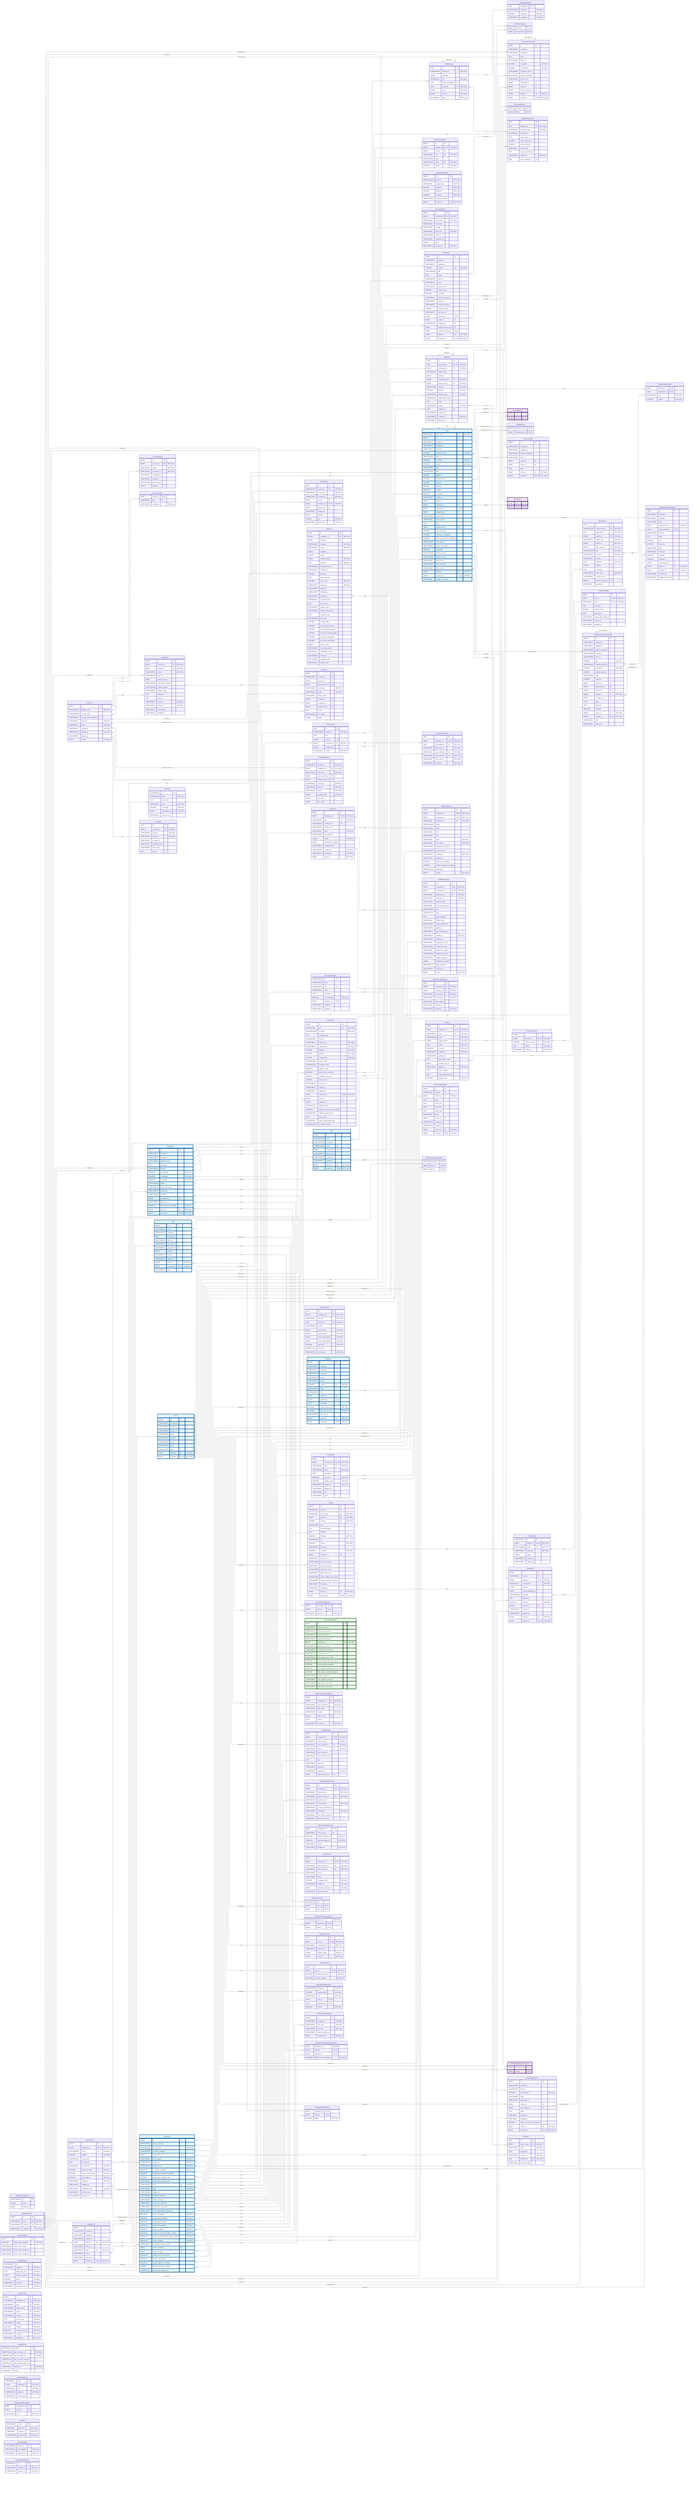
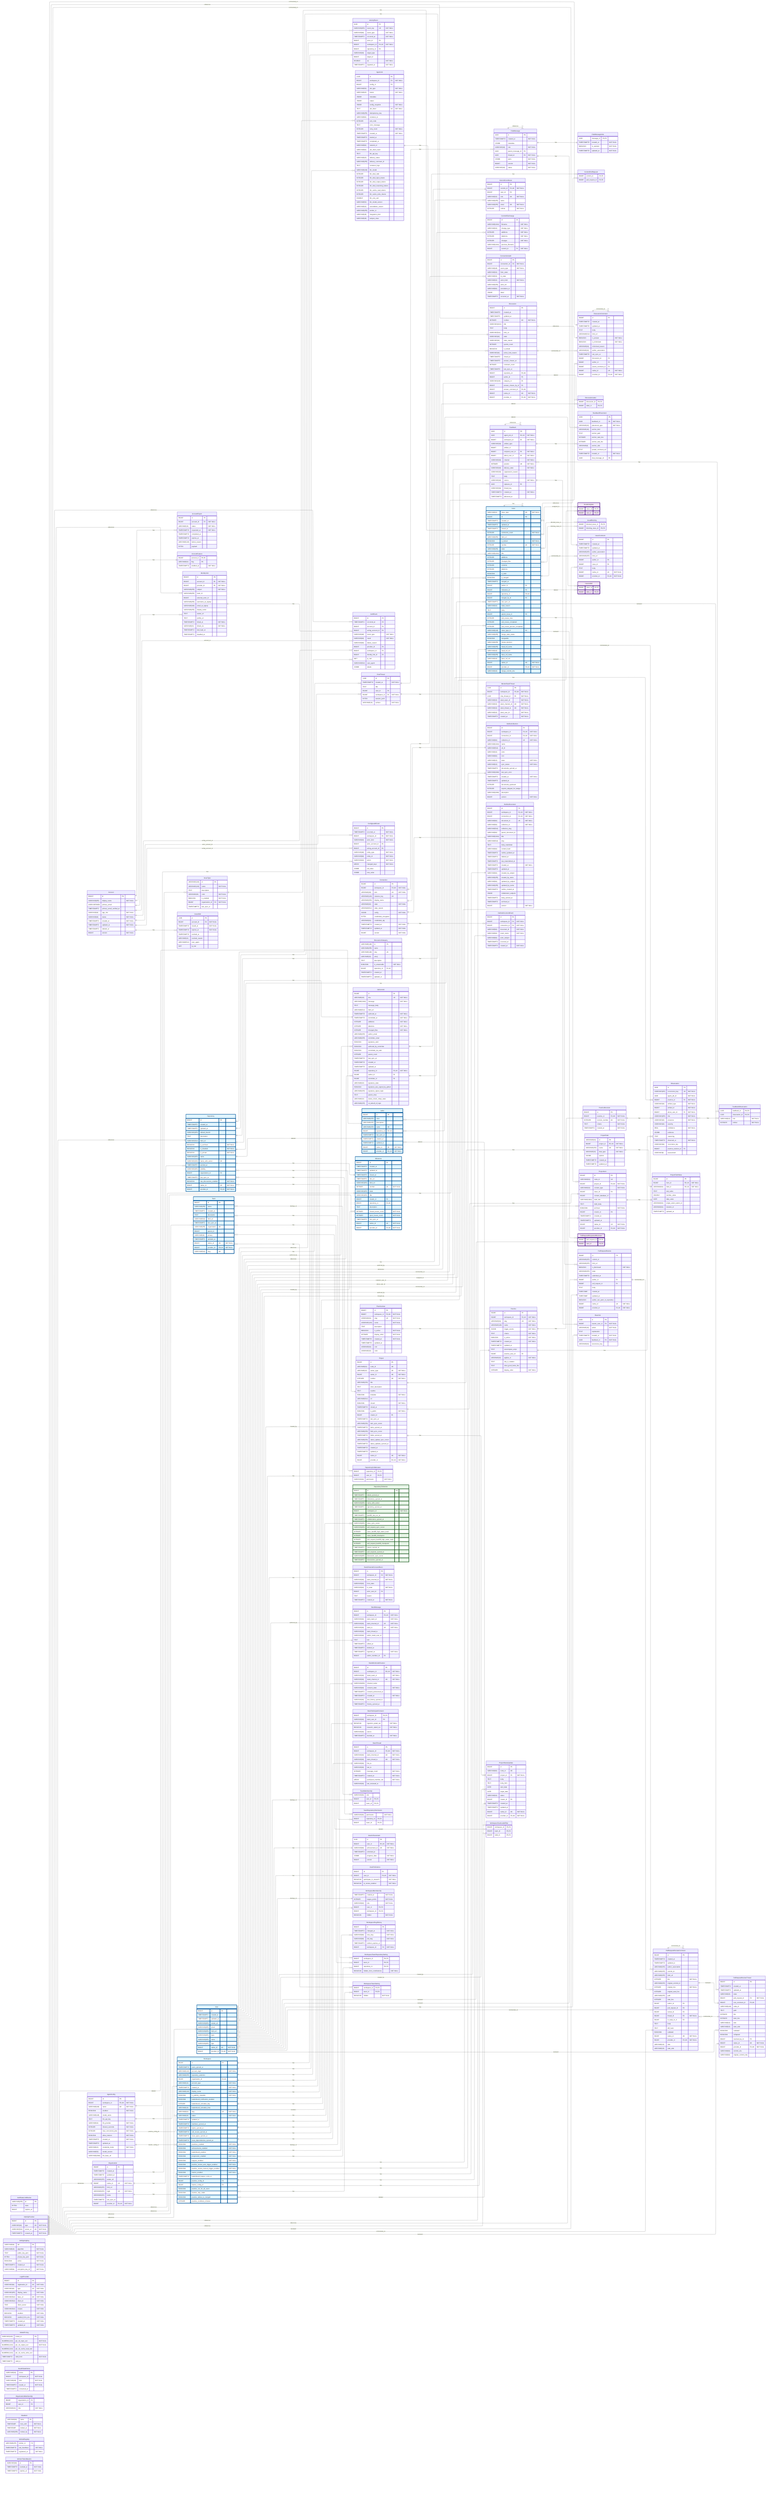
---
config:
    layout: elk
---
erDiagram
    %% Generated automatically from PostgreSQL database schema
    %% using scripts/generate-mermaid-erd.ts
    %% To regenerate: pnpm run db:generate-erd-docs

    direction LR

    Account {
        BIGINT id PK
        VARCHAR(255) display_name "NOT NULL"
        USER-DEFINED primary_email
        TIMESTAMPTZ primary_email_verified_at
        VARCHAR(16) app_role "NOT NULL"
        VARCHAR(16) status "NOT NULL"
        TIMESTAMPTZ created_at "NOT NULL"
        TIMESTAMPTZ updated_at "NOT NULL"
        TIMESTAMPTZ deleted_at
        BIGINT version "NOT NULL"
    }

    AccountExport {
        BIGINT id PK
        BIGINT account_id FK "NOT NULL"
        VARCHAR(16) status "NOT NULL"
        TIMESTAMPTZ requested_at "NOT NULL"
        TIMESTAMPTZ completed_at
        TIMESTAMPTZ expires_at
        VARCHAR(128) failure_reason
        BYTEA payload
    }

    AccountFeature {
        BIGINT account_id PK,FK
        VARCHAR(64) flag PK
        TIMESTAMPTZ enabled_at "NOT NULL"
    }

    ActivityEvent {
        UUID id PK
        VARCHAR(255) event_key UK "NOT NULL"
        VARCHAR(64) event_type "NOT NULL"
        TIMESTAMPTZ occurred_at "NOT NULL"
        BIGINT actor_id FK
        BIGINT workspace_id FK,UK "NOT NULL"
        BIGINT repository_id FK
        VARCHAR(32) target_type
        BIGINT target_id
        DOUBLE xp "NOT NULL"
        TIMESTAMPTZ ingested_at "NOT NULL"
    }

    AgentConfig {
        BIGINT id PK
        BIGINT workspace_id FK,UK "NOT NULL"
        VARCHAR(100) name UK "NOT NULL"
        BOOLEAN enabled "NOT NULL"
        VARCHAR(128) model_name
        TEXT llm_api_key
        VARCHAR(32) llm_provider "NOT NULL"
        INTEGER timeout_seconds "NOT NULL"
        INTEGER max_concurrent_jobs "NOT NULL"
        BOOLEAN allow_internet "NOT NULL"
        TIMESTAMPTZ created_at "NOT NULL"
        TIMESTAMPTZ updated_at
        VARCHAR(16) credential_mode "NOT NULL"
        VARCHAR(50) model_version
        VARCHAR(2048) llm_base_url
    }

    AgentJob {
        UUID id PK
        BIGINT workspace_id FK "NOT NULL"
        BIGINT config_id FK
        VARCHAR(50) job_type "NOT NULL"
        VARCHAR(20) status "NOT NULL"
        JSONB metadata
        JSONB output
        JSONB config_snapshot "NOT NULL"
        TEXT job_token UK "NOT NULL"
        VARCHAR(255) idempotency_key
        VARCHAR(64) container_id
        INTEGER exit_code
        TEXT error_message
        INTEGER retry_count "NOT NULL"
        TIMESTAMPTZ created_at "NOT NULL"
        TIMESTAMPTZ started_at
        TIMESTAMPTZ completed_at
        VARCHAR(64) network_id
        VARCHAR(64) job_token_hash
        TEXT llm_api_key
        VARCHAR(20) delivery_status
        VARCHAR(255) delivery_comment_id
        TEXT container_logs
        VARCHAR(100) llm_model
        INTEGER llm_total_calls
        INTEGER llm_total_input_tokens
        INTEGER llm_total_output_tokens
        INTEGER llm_total_reasoning_tokens
        INTEGER llm_cache_read_tokens
        INTEGER llm_cache_write_tokens
        DOUBLE llm_cost_usd
        VARCHAR(50) llm_model_version
        VARCHAR(32) cancellation_reason
        VARCHAR(255) worker_id
        VARCHAR(48) integration_kind
        VARCHAR(48) subject_class
    }

    AuthEvent {
        BIGINT id PK
        TIMESTAMPTZ occurred_at PK
        BIGINT account_id FK
        BIGINT acting_account_id FK
        VARCHAR(48) event_type "NOT NULL"
        VARCHAR(16) result "NOT NULL"
        VARCHAR(64) failure_reason
        BIGINT provider_id FK
        BIGINT workspace_id FK
        BIGINT identity_link_id FK
        INET ip_inet
        VARCHAR(512) user_agent
        JSONB details
    }

    AuthRateLimitBucket {
        VARCHAR(255) id PK
        BYTEA state
        BIGINT expires_at
    }

    ChatMessage {
        UUID id PK
        TIMESTAMPTZ created_at "NOT NULL"
        JSONB metadata
        VARCHAR(16) role "NOT NULL"
        UUID parent_message_id FK
        UUID thread_id FK "NOT NULL"
        JSONB parts "NOT NULL"
        BIGINT version "NOT NULL"
        VARCHAR(16) status "NOT NULL"
    }

    ChatMessageVote {
        UUID message_id PK,FK
        TIMESTAMPTZ created_at "NOT NULL"
        BOOLEAN is_upvoted "NOT NULL"
        TIMESTAMPTZ updated_at "NOT NULL"
    }

    ChatThread {
        UUID id PK
        TIMESTAMPTZ created_at "NOT NULL"
        TEXT title
        BIGINT user_id FK
        BIGINT workspace_id FK "NOT NULL"
        BYTEA session_jsonl
        VARCHAR(16) surface "NOT NULL"
    }

    CommitContributor {
        BIGINT id PK
        BIGINT commit_id FK,UK "NOT NULL"
        BIGINT user_id FK
        VARCHAR(32) role UK "NOT NULL"
        VARCHAR(255) name
        VARCHAR(255) email UK "NOT NULL"
        INTEGER ordinal "NOT NULL"
    }

    CommitFileChange {
        BIGINT id PK
        VARCHAR(1024) filename "NOT NULL"
        VARCHAR(32) change_type "NOT NULL"
        INTEGER additions "NOT NULL"
        INTEGER deletions "NOT NULL"
        INTEGER changes "NOT NULL"
        VARCHAR(1024) previous_filename
        BIGINT commit_id FK "NOT NULL"
    }

    CommitPullRequest {
        BIGINT commit_id PK,FK
        BIGINT pull_request_id PK,FK
    }

    ConfigAuditEvent {
        BIGINT id PK
        TIMESTAMPTZ occurred_at "NOT NULL"
        BIGINT workspace_id FK "NOT NULL"
        VARCHAR(16) actor_kind "NOT NULL"
        BIGINT actor_account_id FK
        BIGINT acting_account_id FK
        VARCHAR(48) entity_type "NOT NULL"
        VARCHAR(64) entity_id "NOT NULL"
        VARCHAR(16) action "NOT NULL"
        ARRAY changed_keys "NOT NULL"
        JSONB old_value
        JSONB new_value
    }

    Connection {
        BIGINT id PK
        BIGINT workspace_id FK,UK "NOT NULL"
        VARCHAR(48) kind UK "NOT NULL"
        VARCHAR(128) instance_key UK
        VARCHAR(256) display_name
        VARCHAR(32) state "NOT NULL"
        VARCHAR(512) state_reason
        JSONB config "NOT NULL"
        BYTEA credentials_encrypted
        VARCHAR(64) credentials_alg
        TIMESTAMPTZ created_at "NOT NULL"
        TIMESTAMPTZ updated_at "NOT NULL"
        BIGINT version "NOT NULL"
    }

    ConnectionAudit {
        BIGINT id PK
        BIGINT connection_id FK "NOT NULL"
        VARCHAR(48) event_type "NOT NULL"
        VARCHAR(32) from_state
        VARCHAR(32) to_state
        VARCHAR(32) actor_kind "NOT NULL"
        VARCHAR(256) actor_ref
        VARCHAR(64) correlation_id
        JSONB detail
        TIMESTAMPTZ occurred_at "NOT NULL"
    }

    Discussion {
        BIGINT id PK
        TIMESTAMPTZ created_at
        TIMESTAMPTZ updated_at
        INTEGER number UK "NOT NULL"
        VARCHAR(1024) title
        TEXT body
        VARCHAR(512) html_url
        VARCHAR(16) state
        VARCHAR(32) state_reason
        INTEGER upvote_count
        BOOLEAN is_locked
        VARCHAR(32) active_lock_reason
        TIMESTAMPTZ closed_at
        TIMESTAMPTZ answer_chosen_at
        INTEGER comment_count
        TIMESTAMPTZ last_sync_at
        BIGINT repository_id FK,UK
        BIGINT author_id FK
        VARCHAR(128) category_id FK
        BIGINT answer_chosen_by_id FK
        BIGINT answer_comment_id FK,UK
        BIGINT native_id UK "NOT NULL"
        BIGINT provider_id FK,UK "NOT NULL"
    }

    DiscussionCategory {
        VARCHAR(128) id PK
        VARCHAR(255) name
        VARCHAR(128) slug UK
        VARCHAR(32) emoji
        TEXT description
        BOOLEAN is_answerable "NOT NULL"
        BIGINT repository_id FK,UK
        TIMESTAMPTZ created_at
        TIMESTAMPTZ updated_at
    }

    DiscussionComment {
        BIGINT id PK
        TIMESTAMPTZ created_at
        TIMESTAMPTZ updated_at
        TEXT body
        VARCHAR(512) html_url
        BOOLEAN is_answer "NOT NULL"
        BOOLEAN is_minimized "NOT NULL"
        VARCHAR(64) minimized_reason
        VARCHAR(32) author_association
        TIMESTAMPTZ last_sync_at
        BIGINT discussion_id FK
        BIGINT author_id FK
        BIGINT parent_comment_id FK
        BIGINT native_id UK "NOT NULL"
        BIGINT provider_id FK,UK "NOT NULL"
    }

    DiscussionLabel {
        BIGINT discussion_id PK,FK
        BIGINT label_id PK,FK
    }

    Feedback {
        UUID id PK
        UUID agent_job_id FK,UK "NOT NULL"
        BIGINT workspace_id FK "NOT NULL"
        VARCHAR(32) artifact_type
        BIGINT artifact_id
        BIGINT recipient_user_id FK "NOT NULL"
        BIGINT about_user_id FK "NOT NULL"
        VARCHAR(32) channel "NOT NULL"
        INTEGER position UK "NOT NULL"
        VARCHAR(16) delivery_state "NOT NULL"
        VARCHAR(32) suppression_reason
        TEXT body
        VARCHAR(16) source "NOT NULL"
        UUID replaces_id FK
        VARCHAR(64) thread_key
        TIMESTAMPTZ created_at "NOT NULL"
        TIMESTAMPTZ delivered_at
    }

    FeedbackObservation {
        UUID feedback_id PK,FK
        UUID observation_id PK,FK
        VARCHAR(16) role "NOT NULL"
        INTEGER ordinal "NOT NULL"
    }

    FeedbackPlacement {
        UUID id PK
        UUID feedback_id FK "NOT NULL"
        VARCHAR(32) placement_type "NOT NULL"
        VARCHAR(16) anchor_kind
        TEXT anchor_path
        INTEGER anchor_start_line
        INTEGER anchor_end_line
        VARCHAR(8) anchor_side
        TEXT posted_comment_ref
        TIMESTAMPTZ created_at "NOT NULL"
        UUID chat_message_id FK
    }

    GitCommit {
        BIGINT id PK
        VARCHAR(40) sha UK "NOT NULL"
        VARCHAR(1024) message "NOT NULL"
        TEXT message_body
        VARCHAR(512) html_url
        TIMESTAMPTZ authored_at "NOT NULL"
        TIMESTAMPTZ committed_at "NOT NULL"
        INTEGER additions "NOT NULL"
        INTEGER deletions "NOT NULL"
        INTEGER changed_files "NOT NULL"
        VARCHAR(255) author_email
        VARCHAR(255) committer_email
        BOOLEAN signature_valid
        BOOLEAN authored_by_committer
        BOOLEAN committed_via_web
        INTEGER parent_count
        TIMESTAMPTZ last_sync_at
        TIMESTAMPTZ created_at
        TIMESTAMPTZ updated_at
        BIGINT repository_id FK,UK "NOT NULL"
        BIGINT author_id FK
        BIGINT committer_id FK
        VARCHAR(32) signature_state
        BOOLEAN signature_was_signed_by_github
        VARCHAR(255) signature_signer_login
        TEXT parent_shas
        VARCHAR(32) status_check_rollup_state
        VARCHAR(255) on_behalf_of_login
    }

    IdentityLink {
        BIGINT id PK
        BIGINT account_id FK "NOT NULL"
        BIGINT provider_id FK "NOT NULL"
        VARCHAR(255) subject "NOT NULL"
        VARCHAR(255) team_id
        BIGINT external_actor_id
        VARCHAR(255) username_at_signup
        VARCHAR(320) email_at_signup
        VARCHAR(255) display_name
        TEXT avatar_url
        TEXT profile_url
        TIMESTAMPTZ linked_at "NOT NULL"
        VARCHAR(16) linked_via "NOT NULL"
        TIMESTAMPTZ last_login_at
        TIMESTAMPTZ disabled_at
    }

    IdentityProvider {
        BIGINT id PK
        VARCHAR(10) type UK "NOT NULL"
        VARCHAR(512) server_url UK "NOT NULL"
        TIMESTAMPTZ created_at "NOT NULL"
-     }
- 
-     InstanceSetting {
-         BIGINT id PK
-         BOOLEAN silent_mode_engaged "NOT NULL"
-         VARCHAR(500) silent_mode_reason
-         TIMESTAMPTZ silent_mode_changed_at
-         VARCHAR(255) silent_mode_changed_by
    }

    Issue {
        VARCHAR(31) issue_type UK "NOT NULL"
        BIGINT id PK
        TIMESTAMPTZ created_at
        TIMESTAMPTZ updated_at
        TIMESTAMPTZ closed_at
        INTEGER comments_count "NOT NULL"
        VARCHAR(255) html_url
        BOOLEAN is_locked "NOT NULL"
        INTEGER number UK "NOT NULL"
        VARCHAR(255) state
        VARCHAR(1024) title
        INTEGER additions
        INTEGER changed_files
        INTEGER commits
        INTEGER deletions
        BOOLEAN is_draft
        BOOLEAN is_merged
        TIMESTAMPTZ merged_at
        BIGINT author_id FK
        BIGINT milestone_id FK
        BIGINT repository_id FK,UK
        BIGINT merged_by_id FK
        TIMESTAMPTZ last_sync_at
        VARCHAR(32) state_reason
        TEXT body
        BIGINT parent_issue_id FK
        INTEGER sub_issues_total
        INTEGER sub_issues_completed
        INTEGER sub_issues_percent_completed
        VARCHAR(128) issue_type_id FK
        VARCHAR(255) merge_state_status
        BOOLEAN mergeable
        VARCHAR(255) review_decision
        VARCHAR(255) head_ref_name
        VARCHAR(40) head_ref_oid
        VARCHAR(255) base_ref_name
        VARCHAR(40) base_ref_oid
        BIGINT native_id UK "NOT NULL"
        BIGINT provider_id FK,UK "NOT NULL"
        VARCHAR(40) merge_commit_sha
    }

    IssueAssignee {
        BIGINT issue_id PK,FK
        BIGINT user_id PK,FK
    }

    IssueBlocking {
        BIGINT blocked_issue_id PK,FK
        BIGINT blocking_issue_id PK,FK
    }

    IssueComment {
        BIGINT id PK
        TIMESTAMPTZ created_at
        TIMESTAMPTZ updated_at
        VARCHAR(255) author_association
        VARCHAR(255) html_url
        BIGINT author_id FK
        BIGINT issue_id FK
        TEXT body
        BIGINT native_id UK "NOT NULL"
        BIGINT provider_id FK,UK "NOT NULL"
    }

    IssueLabel {
        BIGINT issue_id PK,FK
        BIGINT label_id PK,FK
    }

    IssueType {
        VARCHAR(128) id PK
        VARCHAR(128) name "NOT NULL"
        TEXT description
        VARCHAR(20) color "NOT NULL"
        BOOLEAN is_enabled "NOT NULL"
        BIGINT organization_id FK "NOT NULL"
        TIMESTAMPTZ last_sync_at
    }

    IssuedJwt {
        UUID jti PK
        BIGINT account_id FK "NOT NULL"
        TIMESTAMPTZ issued_at "NOT NULL"
        TIMESTAMPTZ expires_at "NOT NULL"
        TIMESTAMPTZ revoked_at
        VARCHAR(32) revoked_reason
        VARCHAR(512) user_agent
        INET ip_inet
    }

    JwtSigningKey {
        VARCHAR(64) kid PK
        VARCHAR(16) algorithm "NOT NULL"
        TEXT public_key_pem "NOT NULL"
        BYTEA private_key_pem "NOT NULL"
        BOOLEAN active "NOT NULL"
        TIMESTAMPTZ created_at "NOT NULL"
        VARCHAR(64) encryption_key_id "NOT NULL"
    }

    Label {
        BIGINT id PK
        VARCHAR(255) color
        VARCHAR(255) description
        VARCHAR(255) name UK
        BIGINT repository_id FK,UK
        TIMESTAMPTZ last_sync_at
        TIMESTAMPTZ created_at
        TIMESTAMPTZ updated_at
        BIGINT native_id UK "NOT NULL"
        BIGINT provider_id FK,UK "NOT NULL"
    }

-     LlmUsageEvent {
-         UUID id PK
-         BIGINT workspace_id FK "NOT NULL"
-         VARCHAR(40) job_type "NOT NULL"
-         UUID source_id UK "NOT NULL"
-         VARCHAR(128) model
-         BIGINT input_tokens "NOT NULL"
-         BIGINT output_tokens "NOT NULL"
-         BIGINT cache_read_tokens "NOT NULL"
-         BIGINT cache_write_tokens "NOT NULL"
-         INTEGER total_calls "NOT NULL"
-         NUMERIC(12,6) cost_usd
-         TIMESTAMPTZ occurred_at "NOT NULL"
-     }
- 
    LoginProvider {
        BIGINT id PK
        VARCHAR(64) registration_id UK "NOT NULL"
        VARCHAR(10) type UK "NOT NULL"
        VARCHAR(255) display_name "NOT NULL"
        VARCHAR(512) base_url UK "NOT NULL"
        VARCHAR(512) client_id "NOT NULL"
        TEXT client_secret "NOT NULL"
        VARCHAR(512) scopes "NOT NULL"
        BOOLEAN enabled "NOT NULL"
        BOOLEAN seeded_from_env "NOT NULL"
        TIMESTAMPTZ created_at "NOT NULL"
        TIMESTAMPTZ updated_at "NOT NULL"
    }

    MentorSlackThread {
        UUID id PK
        BIGINT workspace_id FK,UK "NOT NULL"
        UUID chat_thread_id FK "NOT NULL"
        VARCHAR(32) slack_team_id "NOT NULL"
        VARCHAR(32) slack_channel_id UK "NOT NULL"
        VARCHAR(32) slack_thread_ts UK "NOT NULL"
        VARCHAR(32) slack_user_id "NOT NULL"
        TIMESTAMPTZ created_at "NOT NULL"
    }

    Milestone {
        BIGINT id PK
        TIMESTAMPTZ created_at
        TIMESTAMPTZ updated_at
        TIMESTAMPTZ closed_at
        TIMESTAMPTZ due_on
        VARCHAR(255) html_url
        INTEGER number UK "NOT NULL"
        VARCHAR(255) state
        VARCHAR(255) title
        BIGINT creator_id FK
        BIGINT repository_id FK,UK
        TEXT description
        INTEGER closed_issues_count "NOT NULL"
        INTEGER open_issues_count "NOT NULL"
        TIMESTAMPTZ last_sync_at
        BIGINT native_id UK "NOT NULL"
        BIGINT provider_id FK,UK "NOT NULL"
    }

    ModelPricing {
        VARCHAR(128) model_id PK
        NUMERIC(12,6) per_1k_input_usd "NOT NULL"
        NUMERIC(12,6) per_1k_output_usd "NOT NULL"
        NUMERIC(12,6) per_1k_cache_read_usd
        NUMERIC(12,6) per_1k_cache_write_usd
        TIMESTAMPTZ valid_from "NOT NULL"
        TIMESTAMPTZ valid_to
    }

    OauthStateNonce {
        VARCHAR(32) nonce PK
        BIGINT workspace_id "NOT NULL"
        VARCHAR(48) kind "NOT NULL"
        TIMESTAMPTZ issued_at "NOT NULL"
        TIMESTAMPTZ consumed_at
    }

    Observation {
        UUID id PK
        VARCHAR(255) occurrence_key UK "NOT NULL"
        UUID agent_job_id "NOT NULL"
        BIGINT practice_id FK "NOT NULL"
        VARCHAR(32) artifact_type "NOT NULL"
        BIGINT artifact_id "NOT NULL"
        BIGINT about_user_id FK "NOT NULL"
        VARCHAR(255) title "NOT NULL"
        VARCHAR(16) presence "NOT NULL"
        VARCHAR(16) severity
        REAL confidence "NOT NULL"
        JSONB evidence
        TEXT reasoning
        TIMESTAMPTZ observed_at "NOT NULL"
        VARCHAR(64) recurrence_key
        BIGINT practice_revision_id FK
        VARCHAR(8) assessment
    }

    Organization {
        BIGINT id PK
        TIMESTAMPTZ created_at
        TIMESTAMPTZ updated_at
        VARCHAR(255) avatar_url
        BIGINT native_id UK "NOT NULL"
        VARCHAR(255) html_url
        VARCHAR(255) login UK "NOT NULL"
        VARCHAR(255) name
        TIMESTAMPTZ last_sync_at
        BIGINT provider_id FK,UK "NOT NULL"
    }

    OrganizationMembership {
        BIGINT organization_id PK
        BIGINT user_id PK
        VARCHAR(32) role "NOT NULL"
    }

    OutlineCollection {
        BIGINT id PK
        BIGINT workspace_id FK,UK "NOT NULL"
        BIGINT connection_id FK,UK "NOT NULL"
        VARCHAR(64) collection_id UK "NOT NULL"
        VARCHAR(1024) name
        VARCHAR(512) url_id
        VARCHAR(32) color
        VARCHAR(64) icon
        VARCHAR(16) state "NOT NULL"
        VARCHAR(16) sync_status "NOT NULL"
        TIMESTAMPTZ documents_synced_at
        VARCHAR(2048) last_sync_error
        TIMESTAMPTZ created_at "NOT NULL"
        TIMESTAMPTZ updated_at
        INTEGER documents_upstream
        INTEGER exports_skipped_for_budget
        VARCHAR(2048) description
        BIGINT version "NOT NULL"
    }

    OutlineDocument {
        BIGINT id PK
        BIGINT workspace_id FK,UK "NOT NULL"
        BIGINT connection_id FK,UK "NOT NULL"
        VARCHAR(64) document_id UK "NOT NULL"
        VARCHAR(64) collection_id "NOT NULL"
        VARCHAR(512) collection_slug
        VARCHAR(64) parent_document_id
        VARCHAR(1024) title
        VARCHAR(512) slug
        TEXT body_markdown
        VARCHAR(64) content_hash
        TIMESTAMPTZ outline_updated_at
        TIMESTAMPTZ deleted_at
        TIMESTAMPTZ last_materialized_at
        TIMESTAMPTZ created_at "NOT NULL"
        TIMESTAMPTZ updated_at
        VARCHAR(64) created_by_subject
        VARCHAR(255) created_by_name
        VARCHAR(64) updated_by_subject
        VARCHAR(255) updated_by_name
        TIMESTAMPTZ outline_created_at
        JSONB collaborator_subjects
        TIMESTAMPTZ body_evicted_at
        TIMESTAMPTZ archived_at
        BIGINT version "NOT NULL"
    }

    OutlineDocumentEvent {
        BIGINT id PK
        BIGINT workspace_id FK "NOT NULL"
        BIGINT connection_id FK "NOT NULL"
        VARCHAR(64) document_id "NOT NULL"
        VARCHAR(64) event_name "NOT NULL"
        VARCHAR(64) actor_subject
        TIMESTAMPTZ occurred_at
        TIMESTAMPTZ created_at "NOT NULL"
    }

    Practice {
        BIGINT id PK
        BIGINT workspace_id FK,UK "NOT NULL"
        VARCHAR(64) slug UK "NOT NULL"
        VARCHAR(128) name "NOT NULL"
        JSONB trigger_events "NOT NULL"
        TEXT criteria "NOT NULL"
        BOOLEAN is_active "NOT NULL"
        TIMESTAMPTZ created_at "NOT NULL"
        TIMESTAMPTZ updated_at
        TEXT precompute_script
        BIGINT practice_area_id FK
        VARCHAR(32) applies_to "NOT NULL"
        TEXT why_it_matters
        TEXT what_good_looks_like
        INTEGER display_order "NOT NULL"
    }

    PracticeArea {
        BIGINT id PK
        BIGINT workspace_id FK,UK "NOT NULL"
        VARCHAR(64) slug UK "NOT NULL"
        VARCHAR(128) name "NOT NULL"
        TEXT description
        BOOLEAN is_active "NOT NULL"
        INTEGER display_order "NOT NULL"
        TIMESTAMPTZ created_at "NOT NULL"
        TIMESTAMPTZ updated_at
        VARCHAR(64) icon
        VARCHAR(32) color
    }

    PracticeRevision {
        BIGINT id PK
        BIGINT practice_id FK,UK "NOT NULL"
        INTEGER revision_number UK "NOT NULL"
        TEXT criteria "NOT NULL"
        TIMESTAMPTZ created_at "NOT NULL"
    }

    Project {
        BIGINT id PK
        VARCHAR(64) node_id UK
        VARCHAR(32) owner_type UK "NOT NULL"
        BIGINT owner_id UK "NOT NULL"
        INTEGER number UK "NOT NULL"
        VARCHAR(256) title
        TEXT short_description
        TEXT readme
        BOOLEAN template "NOT NULL"
        VARCHAR(512) url
        BOOLEAN closed "NOT NULL"
        TIMESTAMPTZ closed_at
        BOOLEAN is_public "NOT NULL"
        BIGINT creator_id FK
        TIMESTAMPTZ last_sync_at
        VARCHAR(256) item_sync_cursor
        TIMESTAMPTZ items_synced_at
        VARCHAR(256) field_sync_cursor
        TIMESTAMPTZ fields_synced_at
        VARCHAR(256) status_update_sync_cursor
        TIMESTAMPTZ status_updates_synced_at
        TIMESTAMPTZ created_at
        TIMESTAMPTZ updated_at
        BIGINT native_id UK "NOT NULL"
        BIGINT provider_id FK,UK "NOT NULL"
    }

    ProjectField {
        VARCHAR(64) id PK
        BIGINT project_id FK,UK "NOT NULL"
        VARCHAR(256) name UK "NOT NULL"
        VARCHAR(32) data_type "NOT NULL"
        JSONB options
        TIMESTAMPTZ created_at
        TIMESTAMPTZ updated_at
    }

    ProjectFieldValue {
        BIGINT id PK
        BIGINT item_id FK,UK "NOT NULL"
        VARCHAR(64) field_id FK,UK "NOT NULL"
        TEXT text_value
        DOUBLE number_value
        DATE date_value
        VARCHAR(64) single_select_option_id
        VARCHAR(64) iteration_id
        TIMESTAMPTZ updated_at
    }

    ProjectItem {
        BIGINT id PK
        VARCHAR(64) node_id UK
        BIGINT project_id FK,UK "NOT NULL"
        VARCHAR(32) content_type "NOT NULL"
        BIGINT issue_id FK
        BIGINT content_database_id
        VARCHAR(1024) draft_title
        TEXT draft_body
        BOOLEAN archived "NOT NULL"
        BIGINT creator_id FK
        TIMESTAMPTZ created_at
        TIMESTAMPTZ updated_at
        BIGINT native_id UK "NOT NULL"
        BIGINT provider_id FK,UK "NOT NULL"
    }

    ProjectStatusUpdate {
        BIGINT id PK
        VARCHAR(64) node_id UK
        BIGINT project_id FK "NOT NULL"
        TEXT body
        TEXT body_html
        DATE start_date
        DATE target_date
        VARCHAR(32) status
        BIGINT creator_id FK
        TIMESTAMPTZ created_at
        TIMESTAMPTZ updated_at
        BIGINT native_id UK "NOT NULL"
        BIGINT provider_id FK,UK "NOT NULL"
    }

    PullRequestRequestedReviewer {
        BIGINT pull_request_id PK,FK
        BIGINT user_id PK,FK
    }

    PullRequestReview {
        BIGINT id PK
        VARCHAR(255) commit_id
        VARCHAR(255) html_url
        BOOLEAN is_dismissed "NOT NULL"
        VARCHAR(255) state
        TIMESTAMPTZ submitted_at
        BIGINT author_id FK
        BIGINT pull_request_id FK
        TEXT body
        TIMESTAMP created_at
        TIMESTAMP updated_at
        BOOLEAN author_can_push_to_repository
        BIGINT native_id UK "NOT NULL"
        BIGINT provider_id FK,UK "NOT NULL"
    }

    PullRequestReviewComment {
        BIGINT id PK
        TIMESTAMPTZ created_at
        TIMESTAMPTZ updated_at
        VARCHAR(255) author_association
        VARCHAR(255) commit_id
        VARCHAR(255) html_url
        INTEGER line "NOT NULL"
        VARCHAR(255) original_commit_id
        INTEGER original_line "NOT NULL"
        INTEGER original_start_line
        VARCHAR(255) path
        INTEGER start_line
        BIGINT author_id FK
        BIGINT pull_request_id FK
        BIGINT review_id FK
        BIGINT thread_id FK "NOT NULL"
        BIGINT in_reply_to_id FK
        TEXT body
        TEXT diff_hunk
        BOOLEAN outdated
        BIGINT native_id UK "NOT NULL"
        BIGINT provider_id FK,UK "NOT NULL"
        VARCHAR(16) side
        VARCHAR(16) start_side
    }

    PullRequestReviewThread {
        BIGINT id PK
        TIMESTAMPTZ created_at
        TIMESTAMPTZ updated_at
        VARCHAR(20) state
        BIGINT pull_request_id FK "NOT NULL"
        BIGINT root_comment_id FK,UK
        VARCHAR(128) node_id
        TEXT path
        INTEGER line
        INTEGER start_line
        VARCHAR(16) side
        VARCHAR(16) start_side
        BOOLEAN outdated
        BOOLEAN collapsed
        BIGINT resolved_by_id FK
        BIGINT native_id UK "NOT NULL"
        BIGINT provider_id FK,UK "NOT NULL"
        VARCHAR(64) commit_sha
        VARCHAR(64) original_commit_sha
    }

    Reaction {
        UUID id PK
        BIGINT reactor_user_id FK "NOT NULL"
        VARCHAR(16) action "NOT NULL"
        TEXT explanation
        TIMESTAMPTZ created_at "NOT NULL"
        UUID feedback_id FK "NOT NULL"
        VARCHAR(64) recurrence_key
    }

    Repository {
        BIGINT id PK
        TIMESTAMPTZ created_at
        TIMESTAMPTZ updated_at
        VARCHAR(255) default_branch
        TEXT description
        VARCHAR(512) html_url
        BOOLEAN is_archived "NOT NULL"
        BOOLEAN is_disabled "NOT NULL"
        BOOLEAN is_private "NOT NULL"
        VARCHAR(255) name
        VARCHAR(150) name_with_owner UK
        TIMESTAMPTZ pushed_at
        VARCHAR(255) visibility
        BIGINT organization_id FK
        TIMESTAMPTZ last_sync_at
        BOOLEAN has_discussions_enabled "NOT NULL"
        BIGINT native_id UK "NOT NULL"
        BIGINT provider_id FK,UK "NOT NULL"
    }

    RepositoryCollaborator {
        BIGINT repository_id PK,FK
        BIGINT user_id PK,FK
        VARCHAR(32) permission "NOT NULL"
    }

    RepositoryToMonitor {
        BIGINT id PK
        TIMESTAMPTZ labels_synced_at
        TIMESTAMPTZ milestones_synced_at
        VARCHAR(255) name_with_owner
        TIMESTAMPTZ repository_synced_at
        BIGINT workspace_id FK "NOT NULL"
        TIMESTAMPTZ backfill_last_run_at
        TIMESTAMPTZ collaborators_synced_at
        VARCHAR(255) issue_sync_cursor
        VARCHAR(255) pull_request_sync_cursor
        INTEGER issue_backfill_high_water_mark
        INTEGER issue_backfill_checkpoint
        INTEGER pull_request_backfill_high_water_mark
        INTEGER pull_request_backfill_checkpoint
        TIMESTAMPTZ issues_synced_at
        TIMESTAMPTZ pull_requests_synced_at
        VARCHAR(255) discussion_sync_cursor
        TIMESTAMPTZ discussions_synced_at
    }

    Shedlock {
        VARCHAR(64) name PK
        TIMESTAMP lock_until "NOT NULL"
        TIMESTAMP locked_at "NOT NULL"
        VARCHAR(255) locked_by "NOT NULL"
    }

    SlackChannelConsentEvent {
        BIGINT id PK
        BIGINT workspace_id FK "NOT NULL"
        VARCHAR(32) slack_channel_id "NOT NULL"
        VARCHAR(16) from_state
        VARCHAR(16) to_state "NOT NULL"
        BIGINT actor_user_id FK
        TEXT reason
        TIMESTAMPTZ created_at "NOT NULL"
    }

    SlackMessage {
        BIGINT id PK
        BIGINT workspace_id FK,UK "NOT NULL"
        VARCHAR(32) slack_team_id "NOT NULL"
        VARCHAR(32) slack_channel_id UK "NOT NULL"
        VARCHAR(32) slack_ts UK "NOT NULL"
        VARCHAR(32) slack_thread_ts
        VARCHAR(32) author_slack_user_id
        TEXT text
        TIMESTAMPTZ edited_at
        TIMESTAMPTZ deleted_at
        TIMESTAMPTZ ingested_at "NOT NULL"
        BIGINT author_member_id FK
    }

    SlackMonitoredChannel {
        BIGINT id PK
        BIGINT workspace_id FK,UK "NOT NULL"
        VARCHAR(32) slack_team_id "NOT NULL"
        VARCHAR(32) slack_channel_id UK "NOT NULL"
        VARCHAR(256) channel_name
        VARCHAR(16) consent_state "NOT NULL"
        TIMESTAMPTZ consent_announced_at
        TIMESTAMPTZ created_at "NOT NULL"
        VARCHAR(32) last_history_synced_ts
        TIMESTAMPTZ history_synced_at
    }

    SlackParticipantConsent {
        BIGINT workspace_id PK,FK
        VARCHAR(32) slack_user_id PK
        BOOLEAN ingestion_opted_out "NOT NULL"
        BOOLEAN research_opted_out "NOT NULL"
        VARCHAR(32) source
        TIMESTAMPTZ decided_at "NOT NULL"
    }

    SlackThread {
        BIGINT id PK
        BIGINT workspace_id FK,UK "NOT NULL"
        VARCHAR(32) slack_channel_id UK "NOT NULL"
        VARCHAR(32) slack_thread_ts UK "NOT NULL"
        VARCHAR(32) first_ts
        VARCHAR(32) last_ts
        INTEGER message_count "NOT NULL"
        TIMESTAMPTZ created_at "NOT NULL"
        ARRAY participant_member_ids "NOT NULL"
        VARCHAR(32) last_reviewed_ts
    }

    Team {
        BIGINT id PK
        VARCHAR(255) name
        TIMESTAMPTZ created_at
        TEXT description
        VARCHAR(512) html_url
        TIMESTAMPTZ last_sync_at
        VARCHAR(255) organization UK
        BIGINT parent_id
        VARCHAR(32) privacy
        TIMESTAMPTZ updated_at
        BIGINT native_id UK "NOT NULL"
        BIGINT provider_id FK,UK "NOT NULL"
        VARCHAR(512) slug UK
    }

    TeamMembership {
        VARCHAR(32) role
        BIGINT user_id PK,FK
        BIGINT team_id PK,FK
    }

    TeamRepositoryPermission {
        VARCHAR(32) permission "NOT NULL"
        BIGINT repository_id PK,FK
        BIGINT team_id PK,FK
    }

    User {
        BIGINT id PK
        TIMESTAMPTZ created_at
        TIMESTAMPTZ updated_at
        VARCHAR(255) avatar_url
        VARCHAR(255) email
        VARCHAR(255) html_url
        VARCHAR(255) login
        VARCHAR(255) name
        VARCHAR(255) type
        BIGINT native_id UK "NOT NULL"
        BIGINT provider_id FK,UK "NOT NULL"
    }

    UserAchievement {
        UUID id PK
        BIGINT user_id FK,UK "NOT NULL"
        VARCHAR(64) achievement_id UK "NOT NULL"
        TIMESTAMPTZ unlocked_at
        JSONB progress_data "NOT NULL"
        BIGINT version "NOT NULL"
    }

    UserPreference {
        BIGINT id PK
        BIGINT user_id FK,UK "NOT NULL"
        BOOLEAN participate_in_research "NOT NULL"
        BOOLEAN ai_review_enabled "NOT NULL"
    }

    WorkerRegistry {
        VARCHAR(255) worker_id PK
        TIMESTAMPTZ last_heartbeat "NOT NULL"
        TIMESTAMPTZ registered_at "NOT NULL"
    }

    WorkerTokenDenylist {
        VARCHAR(64) jti PK
        TIMESTAMPTZ revoked_at "NOT NULL"
        TIMESTAMPTZ expires_at "NOT NULL"
    }

    Workspace {
        BIGINT id PK
        TIMESTAMPTZ users_synced_at
        VARCHAR(120) account_login "NOT NULL"
        VARCHAR(255) repository_selection
        BIGINT organization_id FK,UK
        VARCHAR(10) account_type "NOT NULL"
        TIMESTAMPTZ created_at "NOT NULL"
        VARCHAR(120) display_name "NOT NULL"
        BOOLEAN is_publicly_viewable "NOT NULL"
        BOOLEAN leaderboard_notification_enabled
        INTEGER leaderboard_schedule_day
        VARCHAR(10) leaderboard_schedule_time
        VARCHAR(64) slug UK "NOT NULL"
        VARCHAR(20) status "NOT NULL"
        TIMESTAMPTZ updated_at
        TIMESTAMPTZ members_synced_at
        TIMESTAMPTZ teams_synced_at
        TIMESTAMPTZ sub_issues_synced_at
        TIMESTAMPTZ issue_types_synced_at
        TIMESTAMPTZ issue_dependencies_synced_at
        BOOLEAN practices_enabled "NOT NULL"
        BOOLEAN achievements_enabled "NOT NULL"
        BOOLEAN leaderboard_enabled "NOT NULL"
        BOOLEAN progression_enabled "NOT NULL"
        BOOLEAN leagues_enabled "NOT NULL"
        BOOLEAN practice_review_auto_trigger_enabled "NOT NULL"
        BOOLEAN practice_review_manual_trigger_enabled "NOT NULL"
        BOOLEAN mentor_enabled "NOT NULL"
        TIMESTAMPTZ leaderboard_league_cycle_at
        BIGINT practice_config_id FK
        BIGINT mentor_config_id FK
        BOOLEAN practice_run_for_all_users
        BOOLEAN practice_skip_drafts
        BOOLEAN practice_deliver_to_merged
        INTEGER practice_cooldown_minutes
-         NUMERIC(10,2) monthly_llm_budget_usd
    }

    WorkspaceMembership {
        TIMESTAMPTZ created_at "NOT NULL"
        INTEGER league_points "NOT NULL"
        VARCHAR(16) role "NOT NULL"
        BIGINT user_id PK,FK
        BIGINT workspace_id PK,FK
        BOOLEAN hidden "NOT NULL"
    }

    WorkspaceSlugHistory {
        BIGINT id PK
        TIMESTAMPTZ changed_at "NOT NULL"
        VARCHAR(64) new_slug "NOT NULL"
        VARCHAR(64) old_slug "NOT NULL"
        TIMESTAMPTZ redirect_expires_at
        BIGINT workspace_id FK "NOT NULL"
    }

    WorkspaceTeamLabelFilter {
        BIGINT workspace_id PK,FK
        BIGINT team_id PK,FK
        BIGINT label_id PK,FK
    }

    WorkspaceTeamRepositorySetting {
        BIGINT workspace_id PK,FK
        BIGINT team_id PK,FK
        BIGINT repository_id PK,FK
        BOOLEAN hidden_from_contributions "NOT NULL"
    }

    WorkspaceTeamSetting {
        BIGINT workspace_id PK,FK
        BIGINT team_id PK,FK
        BOOLEAN hidden "NOT NULL"
    }

    %% Relationships
    %% One-to-One relationships
    Account ||--|| AccountFeature : has
    Workspace ||--|| ActivityEvent : has
    Workspace ||--|| AgentConfig : has
    ChatMessage ||--|| ChatMessageVote : has
    GitCommit ||--|| CommitContributor : has
    Workspace ||--|| Connection : has
    Repository ||--|| Discussion : has
    DiscussionComment ||--|| Discussion : references
    IdentityProvider ||--|| Discussion : references
    Repository ||--|| DiscussionCategory : has
    IdentityProvider ||--|| DiscussionComment : commented_on
    AgentJob ||--|| Feedback : has
    Repository ||--|| GitCommit : has
    Repository ||--|| Issue : has
    IdentityProvider ||--|| Issue : references
    IdentityProvider ||--|| IssueComment : commented_on
    Repository ||--|| Label : labeled
    IdentityProvider ||--|| Label : labeled
    Workspace ||--|| MentorSlackThread : has
    Repository ||--|| Milestone : has
    IdentityProvider ||--|| Milestone : references
    IdentityProvider ||--|| Organization : references
    Workspace ||--|| OutlineCollection : has
    Connection ||--|| OutlineCollection : has
    Workspace ||--|| OutlineDocument : has
    Connection ||--|| OutlineDocument : has
    Workspace ||--|| Practice : has
    Workspace ||--|| PracticeArea : has
    Practice ||--|| PracticeRevision : has
    IdentityProvider ||--|| Project : references
    Project ||--|| ProjectField : has
    ProjectItem ||--|| ProjectFieldValue : has
    ProjectField ||--|| ProjectFieldValue : has
    Project ||--|| ProjectItem : has
    IdentityProvider ||--|| ProjectItem : references
    IdentityProvider ||--|| ProjectStatusUpdate : references
    IdentityProvider ||--|| PullRequestReview : reviewed
    IdentityProvider ||--|| PullRequestReviewComment : commented_on
    PullRequestReviewComment ||--|| PullRequestReviewThread : reviewed
    IdentityProvider ||--|| PullRequestReviewThread : reviewed
    IdentityProvider ||--|| Repository : references
    Workspace ||--|| SlackMessage : has
    Workspace ||--|| SlackMonitoredChannel : has
    Workspace ||--|| SlackParticipantConsent : has
    Workspace ||--|| SlackThread : has
    IdentityProvider ||--|| Team : references
    IdentityProvider ||--|| User : references
    User ||--|| UserAchievement : has
    User ||--|| UserPreference : has
    Organization ||--|| Workspace : has
    User ||--|| WorkspaceMembership : belongs_to
    Workspace ||--|| WorkspaceMembership : belongs_to

    %% One-to-Many relationships
    Account ||--o{ AccountExport : has
    User ||--o{ ActivityEvent : references
    Repository ||--o{ ActivityEvent : has
    Workspace ||--o{ AgentJob : has
    AgentConfig ||--o{ AgentJob : has
    Account ||--o{ AuthEvent : account_id
    Account ||--o{ AuthEvent : acting_account_id
    IdentityProvider ||--o{ AuthEvent : references
    Workspace ||--o{ AuthEvent : has
    IdentityLink ||--o{ AuthEvent : has
    ChatMessage ||--o{ ChatMessage : references
    ChatThread ||--o{ ChatMessage : has
    User ||--o{ ChatThread : has
    Workspace ||--o{ ChatThread : has
    User ||--o{ CommitContributor : has
    GitCommit ||--o{ CommitFileChange : has
    Workspace ||--o{ ConfigAuditEvent : has
    Account ||--o{ ConfigAuditEvent : actor_account_id
    Account ||--o{ ConfigAuditEvent : acting_account_id
    Connection ||--o{ ConnectionAudit : has
    User ||--o{ Discussion : authored_by
    DiscussionCategory ||--o{ Discussion : has
    User ||--o{ Discussion : references
    Discussion ||--o{ DiscussionComment : commented_on
    User ||--o{ DiscussionComment : commented_on
    DiscussionComment ||--o{ DiscussionComment : commented_on
    Workspace ||--o{ Feedback : has
    User ||--o{ Feedback : recipient_user_id
    User ||--o{ Feedback : about_user_id
    Feedback ||--o{ Feedback : references
    Feedback ||--o{ FeedbackPlacement : has
    ChatMessage ||--o{ FeedbackPlacement : has
    User ||--o{ GitCommit : authored_by
    User ||--o{ GitCommit : references
    Account ||--o{ IdentityLink : has
    IdentityProvider ||--o{ IdentityLink : references
    User ||--o{ Issue : authored_by
    Milestone ||--o{ Issue : has
    User ||--o{ Issue : merged_by
    Issue ||--o{ Issue : has
    IssueType ||--o{ Issue : has
    User ||--o{ IssueComment : commented_on
    Issue ||--o{ IssueComment : commented_on
    Organization ||--o{ IssueType : has
    Account ||--o{ IssuedJwt : has
-     Workspace ||--o{ LlmUsageEvent : has
    ChatThread ||--o{ MentorSlackThread : has
    User ||--o{ Milestone : created_by
    Practice ||--o{ Observation : has
    User ||--o{ Observation : has
    PracticeRevision ||--o{ Observation : has
    Workspace ||--o{ OutlineDocumentEvent : has
    Connection ||--o{ OutlineDocumentEvent : has
    PracticeArea ||--o{ Practice : has
    User ||--o{ Project : created_by
    Issue ||--o{ ProjectItem : has
    User ||--o{ ProjectItem : created_by
    Project ||--o{ ProjectStatusUpdate : has
    User ||--o{ ProjectStatusUpdate : created_by
    User ||--o{ PullRequestReview : reviewed
    Issue ||--o{ PullRequestReview : reviewed
    User ||--o{ PullRequestReviewComment : commented_on
    Issue ||--o{ PullRequestReviewComment : commented_on
    PullRequestReview ||--o{ PullRequestReviewComment : commented_on
    PullRequestReviewThread ||--o{ PullRequestReviewComment : commented_on
    PullRequestReviewComment ||--o{ PullRequestReviewComment : commented_on
    Issue ||--o{ PullRequestReviewThread : reviewed
    User ||--o{ PullRequestReviewThread : reviewed
    User ||--o{ Reaction : has
    Feedback ||--o{ Reaction : has
    Organization ||--o{ Repository : has
    Workspace ||--o{ RepositoryToMonitor : monitors
    Workspace ||--o{ SlackChannelConsentEvent : has
    User ||--o{ SlackChannelConsentEvent : has
    User ||--o{ SlackMessage : authored_by
    AgentConfig ||--o{ Workspace : practice_config_id
    AgentConfig ||--o{ Workspace : mentor_config_id
    Workspace ||--o{ WorkspaceSlugHistory : has

    %% Many-to-Many relationships
    GitCommit }o--o{ CommitPullRequest : has
    Issue }o--o{ CommitPullRequest : references
    Discussion }o--o{ DiscussionLabel : labeled
    Label }o--o{ DiscussionLabel : labeled
    Feedback }o--o{ FeedbackObservation : has
    Observation }o--o{ FeedbackObservation : has
    Issue }o--o{ IssueAssignee : assigned_to
    User }o--o{ IssueAssignee : assigned_to
    Issue }o--o{ IssueBlocking : blocked_issue_id
    Issue }o--o{ IssueBlocking : blocking_issue_id
    Issue }o--o{ IssueLabel : labeled
    Label }o--o{ IssueLabel : labeled
    Issue }o--o{ PullRequestRequestedReviewer : reviewed
    User }o--o{ PullRequestRequestedReviewer : reviewed
    Repository }o--o{ RepositoryCollaborator : has
    User }o--o{ RepositoryCollaborator : has
    User }o--o{ TeamMembership : belongs_to
    Team }o--o{ TeamMembership : belongs_to
    Repository }o--o{ TeamRepositoryPermission : has
    Team }o--o{ TeamRepositoryPermission : has
    Workspace }o--o{ WorkspaceTeamLabelFilter : labeled
    Team }o--o{ WorkspaceTeamLabelFilter : labeled
    Label }o--o{ WorkspaceTeamLabelFilter : labeled
    Workspace }o--o{ WorkspaceTeamRepositorySetting : has
    Team }o--o{ WorkspaceTeamRepositorySetting : has
    Repository }o--o{ WorkspaceTeamRepositorySetting : has
    Workspace }o--o{ WorkspaceTeamSetting : has
    Team }o--o{ WorkspaceTeamSetting : has

    %% Styling
    classDef primaryEntity fill:#e1f5fe,stroke:#01579b,stroke-width:2px
    classDef associationEntity fill:#f3e5f5,stroke:#4a148c,stroke-width:2px
    classDef metadataEntity fill:#e8f5e8,stroke:#1b5e20,stroke-width:2px

    class Issue primaryEntity
    class IssueAssignee associationEntity
    class IssueLabel associationEntity
    class Label primaryEntity
    class Milestone primaryEntity
    class PullRequestRequestedReviewer associationEntity
    class Repository primaryEntity
    class RepositoryToMonitor metadataEntity
    class Team primaryEntity
    class User primaryEntity
    class Workspace primaryEntity
